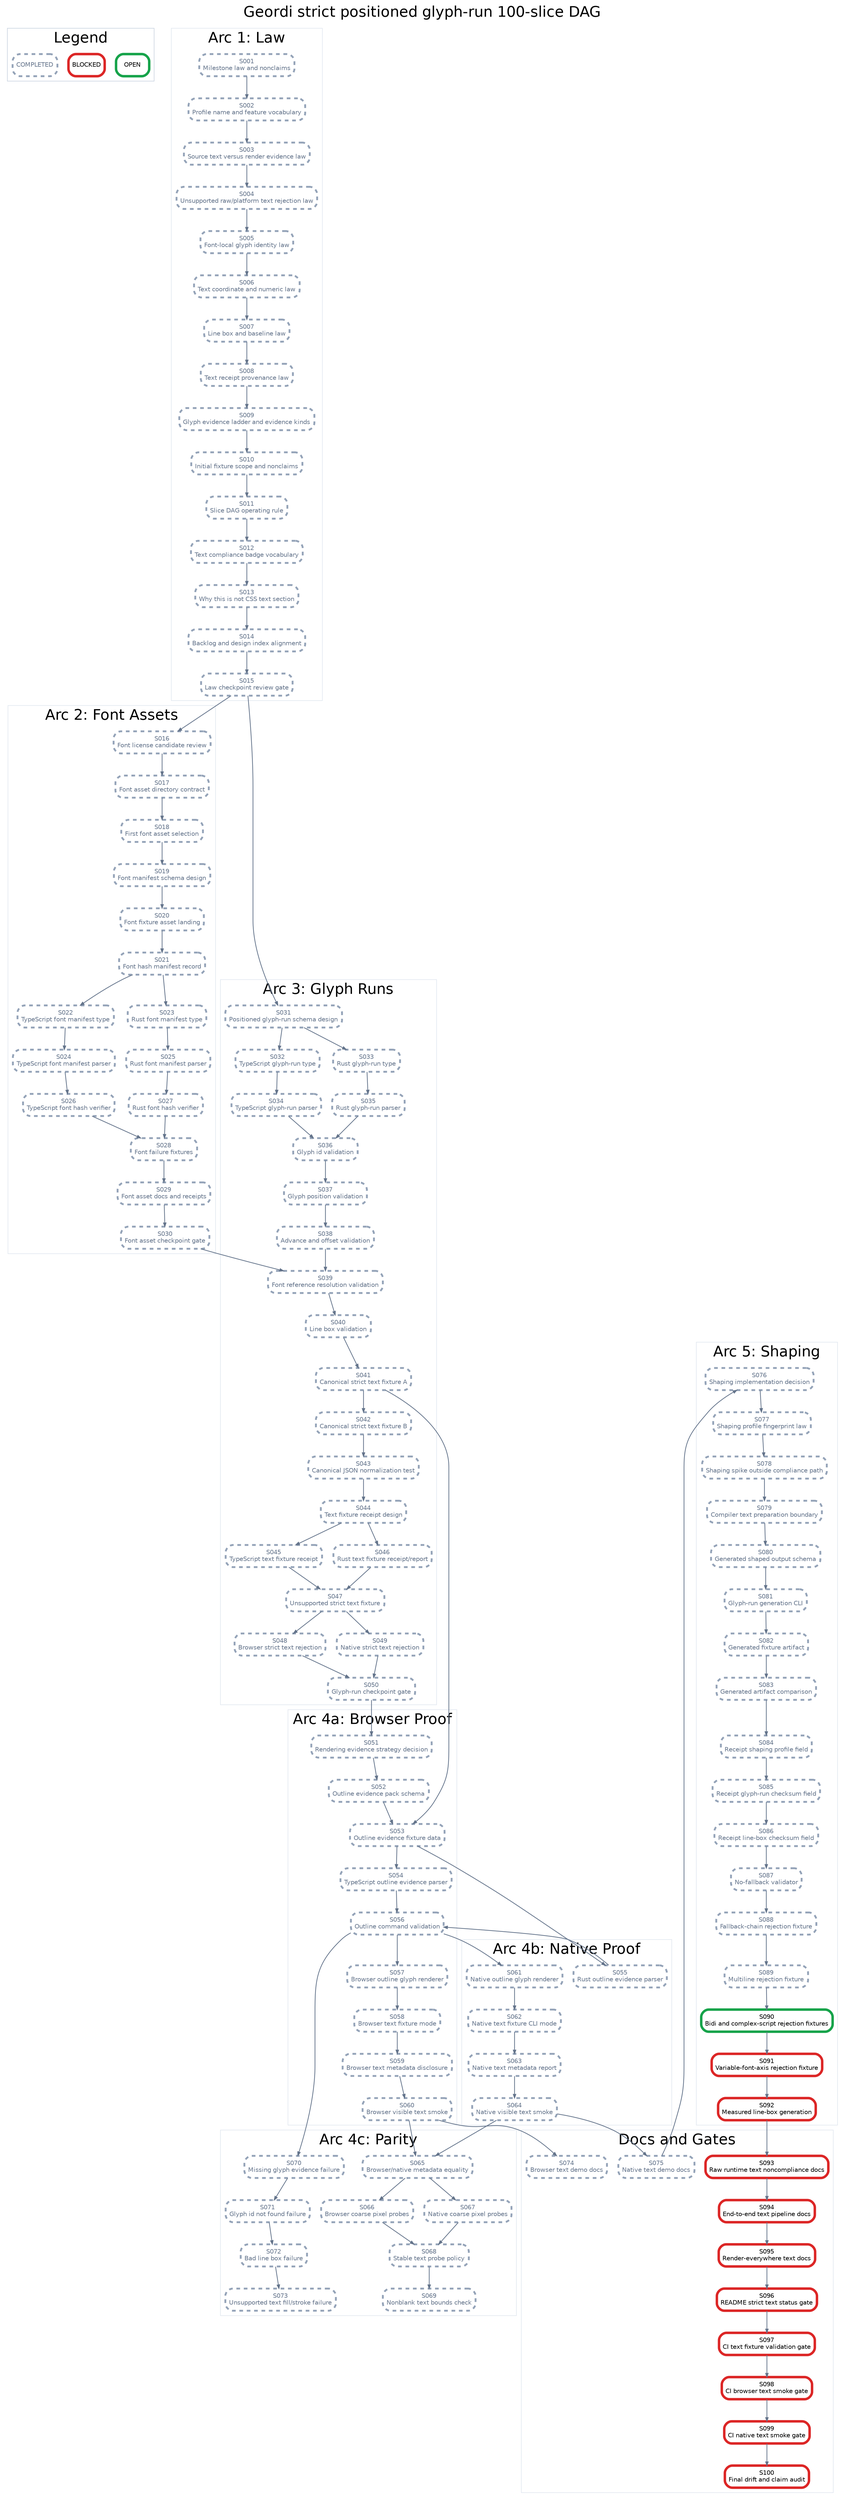
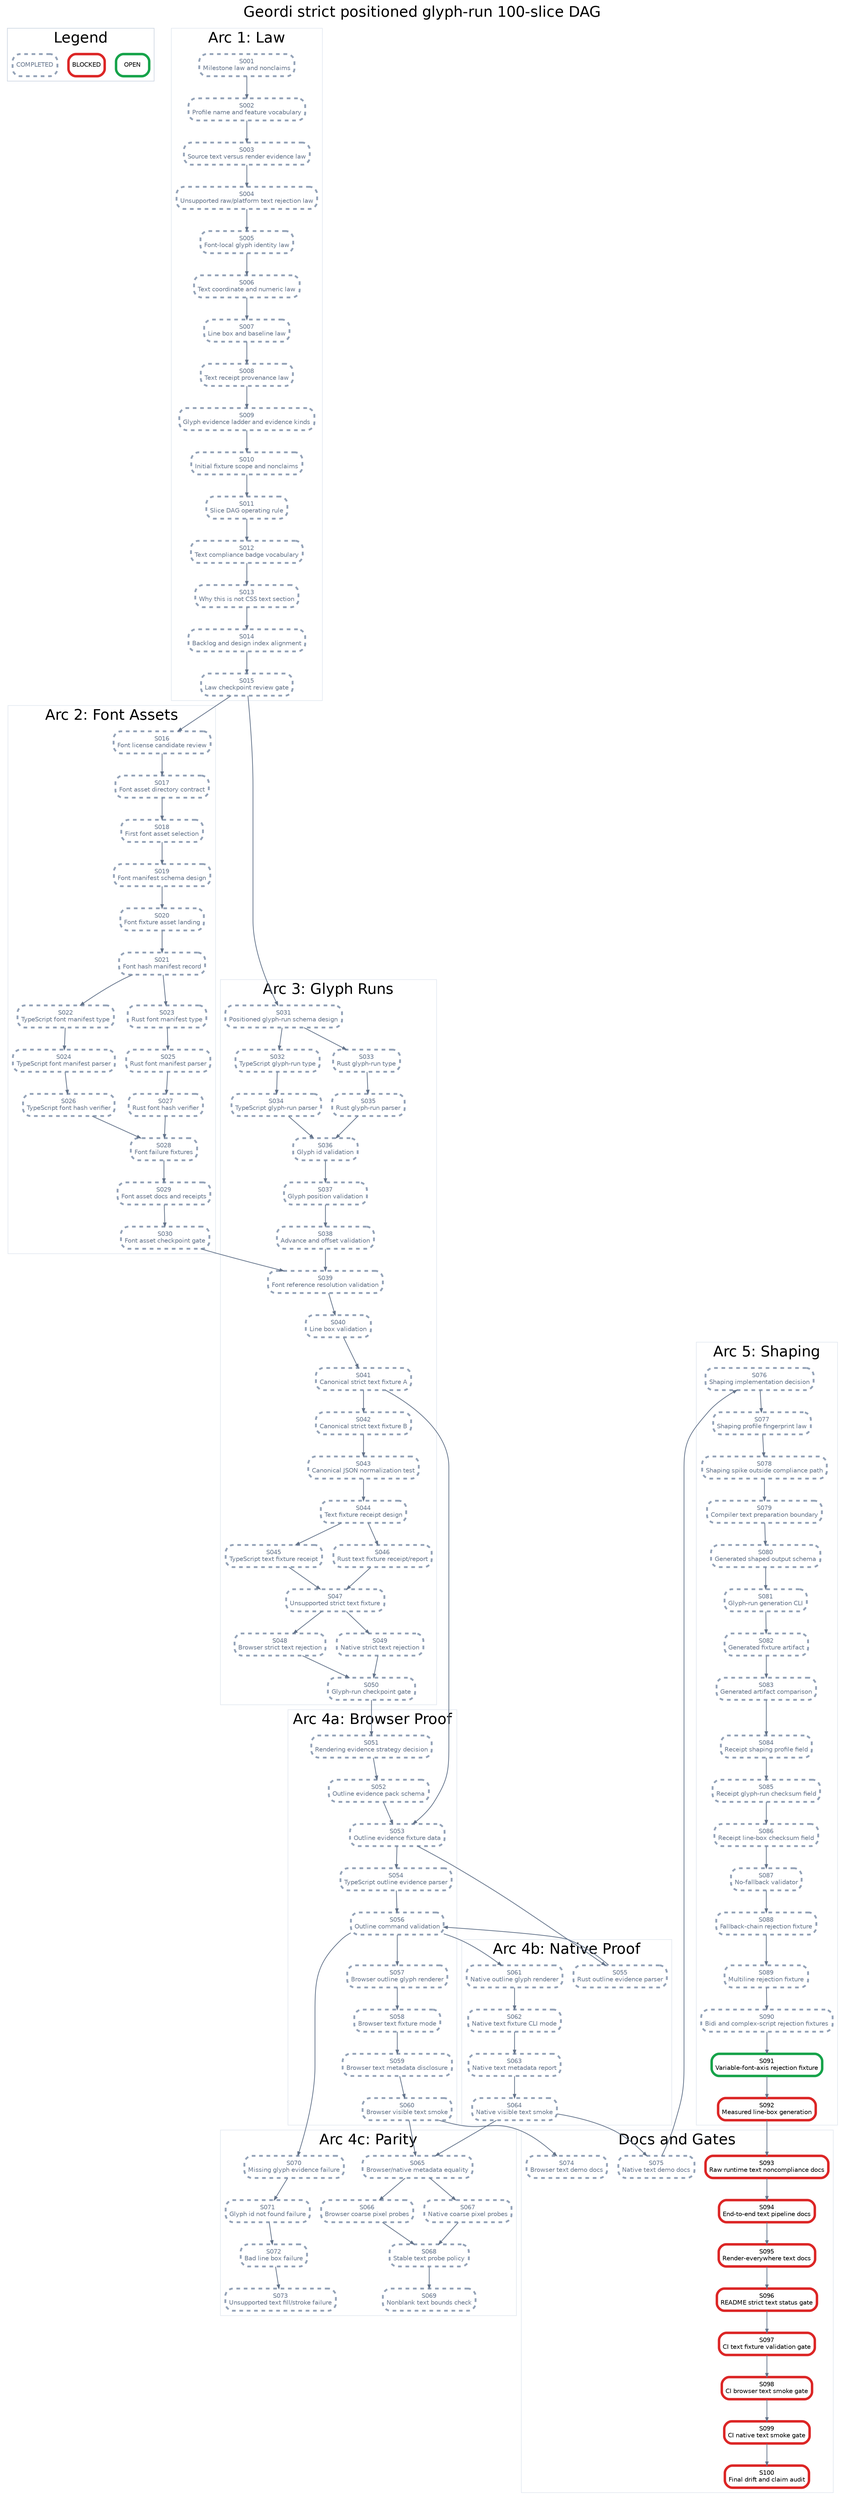
digraph StrictPositionedGlyphRunPlan {
  graph [rankdir=TB, bgcolor="white", fontname="Helvetica", label="Geordi strict positioned glyph-run 100-slice DAG", labelloc="t", fontsize=24];
  node [shape=box, style="rounded,filled", fillcolor="white", fontname="Helvetica", fontsize=10, margin="0.08,0.05"];
  edge [color="#64748b", arrowsize=0.6, penwidth=1.2];

  subgraph cluster_legend {
    label="Legend";
    color="#cbd5e1";
    legend_open [label="OPEN", color="#16a34a", penwidth=4];
    legend_blocked [label="BLOCKED", color="#dc2626", penwidth=4];
    legend_done [label="COMPLETED", color="#94a3b8", penwidth=3, style="rounded,filled,dashed", fontcolor="#64748b"];
  }

  subgraph cluster_law {
    label="Arc 1: Law";
    color="#e2e8f0";
    S001 [label="S001\nMilestone law and nonclaims", color="#94a3b8", penwidth=3, style="rounded,filled,dashed", fontcolor="#64748b"];
    S002 [label="S002\nProfile name and feature vocabulary", color="#94a3b8", penwidth=3, style="rounded,filled,dashed", fontcolor="#64748b"];
    S003 [label="S003\nSource text versus render evidence law", color="#94a3b8", penwidth=3, style="rounded,filled,dashed", fontcolor="#64748b"];
    S004 [label="S004\nUnsupported raw/platform text rejection law", color="#94a3b8", penwidth=3, style="rounded,filled,dashed", fontcolor="#64748b"];
    S005 [label="S005\nFont-local glyph identity law", color="#94a3b8", penwidth=3, style="rounded,filled,dashed", fontcolor="#64748b"];
    S006 [label="S006\nText coordinate and numeric law", color="#94a3b8", penwidth=3, style="rounded,filled,dashed", fontcolor="#64748b"];
    S007 [label="S007\nLine box and baseline law", color="#94a3b8", penwidth=3, style="rounded,filled,dashed", fontcolor="#64748b"];
    S008 [label="S008\nText receipt provenance law", color="#94a3b8", penwidth=3, style="rounded,filled,dashed", fontcolor="#64748b"];
    S009 [label="S009\nGlyph evidence ladder and evidence kinds", color="#94a3b8", penwidth=3, style="rounded,filled,dashed", fontcolor="#64748b"];
    S010 [label="S010\nInitial fixture scope and nonclaims", color="#94a3b8", penwidth=3, style="rounded,filled,dashed", fontcolor="#64748b"];
    S011 [label="S011\nSlice DAG operating rule", color="#94a3b8", penwidth=3, style="rounded,filled,dashed", fontcolor="#64748b"];
    S012 [label="S012\nText compliance badge vocabulary", color="#94a3b8", penwidth=3, style="rounded,filled,dashed", fontcolor="#64748b"];
    S013 [label="S013\nWhy this is not CSS text section", color="#94a3b8", penwidth=3, style="rounded,filled,dashed", fontcolor="#64748b"];
    S014 [label="S014\nBacklog and design index alignment", color="#94a3b8", penwidth=3, style="rounded,filled,dashed", fontcolor="#64748b"];
    S015 [label="S015\nLaw checkpoint review gate", color="#94a3b8", penwidth=3, style="rounded,filled,dashed", fontcolor="#64748b"];
  }

  subgraph cluster_assets {
    label="Arc 2: Font Assets";
    color="#e2e8f0";
    S016 [label="S016\nFont license candidate review", color="#94a3b8", penwidth=3, style="rounded,filled,dashed", fontcolor="#64748b"];
    S017 [label="S017\nFont asset directory contract", color="#94a3b8", penwidth=3, style="rounded,filled,dashed", fontcolor="#64748b"];
    S018 [label="S018\nFirst font asset selection", color="#94a3b8", penwidth=3, style="rounded,filled,dashed", fontcolor="#64748b"];
    S019 [label="S019\nFont manifest schema design", color="#94a3b8", penwidth=3, style="rounded,filled,dashed", fontcolor="#64748b"];
    S020 [label="S020\nFont fixture asset landing", color="#94a3b8", penwidth=3, style="rounded,filled,dashed", fontcolor="#64748b"];
    S021 [label="S021\nFont hash manifest record", color="#94a3b8", penwidth=3, style="rounded,filled,dashed", fontcolor="#64748b"];
    S022 [label="S022\nTypeScript font manifest type", color="#94a3b8", penwidth=3, style="rounded,filled,dashed", fontcolor="#64748b"];
    S023 [label="S023\nRust font manifest type", color="#94a3b8", penwidth=3, style="rounded,filled,dashed", fontcolor="#64748b"];
    S024 [label="S024\nTypeScript font manifest parser", color="#94a3b8", penwidth=3, style="rounded,filled,dashed", fontcolor="#64748b"];
    S025 [label="S025\nRust font manifest parser", color="#94a3b8", penwidth=3, style="rounded,filled,dashed", fontcolor="#64748b"];
    S026 [label="S026\nTypeScript font hash verifier", color="#94a3b8", penwidth=3, style="rounded,filled,dashed", fontcolor="#64748b"];
    S027 [label="S027\nRust font hash verifier", color="#94a3b8", penwidth=3, style="rounded,filled,dashed", fontcolor="#64748b"];
    S028 [label="S028\nFont failure fixtures", color="#94a3b8", penwidth=3, style="rounded,filled,dashed", fontcolor="#64748b"];
    S029 [label="S029\nFont asset docs and receipts", color="#94a3b8", penwidth=3, style="rounded,filled,dashed", fontcolor="#64748b"];
    S030 [label="S030\nFont asset checkpoint gate", color="#94a3b8", penwidth=3, style="rounded,filled,dashed", fontcolor="#64748b"];
  }

  subgraph cluster_glyph {
    label="Arc 3: Glyph Runs";
    color="#e2e8f0";
    S031 [label="S031\nPositioned glyph-run schema design", color="#94a3b8", penwidth=3, style="rounded,filled,dashed", fontcolor="#64748b"];
    S032 [label="S032\nTypeScript glyph-run type", color="#94a3b8", penwidth=3, style="rounded,filled,dashed", fontcolor="#64748b"];
    S033 [label="S033\nRust glyph-run type", color="#94a3b8", penwidth=3, style="rounded,filled,dashed", fontcolor="#64748b"];
    S034 [label="S034\nTypeScript glyph-run parser", color="#94a3b8", penwidth=3, style="rounded,filled,dashed", fontcolor="#64748b"];
    S035 [label="S035\nRust glyph-run parser", color="#94a3b8", penwidth=3, style="rounded,filled,dashed", fontcolor="#64748b"];
    S036 [label="S036\nGlyph id validation", color="#94a3b8", penwidth=3, style="rounded,filled,dashed", fontcolor="#64748b"];
    S037 [label="S037\nGlyph position validation", color="#94a3b8", penwidth=3, style="rounded,filled,dashed", fontcolor="#64748b"];
    S038 [label="S038\nAdvance and offset validation", color="#94a3b8", penwidth=3, style="rounded,filled,dashed", fontcolor="#64748b"];
    S039 [label="S039\nFont reference resolution validation", color="#94a3b8", penwidth=3, style="rounded,filled,dashed", fontcolor="#64748b"];
    S040 [label="S040\nLine box validation", color="#94a3b8", penwidth=3, style="rounded,filled,dashed", fontcolor="#64748b"];
    S041 [label="S041\nCanonical strict text fixture A", color="#94a3b8", penwidth=3, style="rounded,filled,dashed", fontcolor="#64748b"];
    S042 [label="S042\nCanonical strict text fixture B", color="#94a3b8", penwidth=3, style="rounded,filled,dashed", fontcolor="#64748b"];
    S043 [label="S043\nCanonical JSON normalization test", color="#94a3b8", penwidth=3, style="rounded,filled,dashed", fontcolor="#64748b"];
    S044 [label="S044\nText fixture receipt design", color="#94a3b8", penwidth=3, style="rounded,filled,dashed", fontcolor="#64748b"];
    S045 [label="S045\nTypeScript text fixture receipt", color="#94a3b8", penwidth=3, style="rounded,filled,dashed", fontcolor="#64748b"];
    S046 [label="S046\nRust text fixture receipt/report", color="#94a3b8", penwidth=3, style="rounded,filled,dashed", fontcolor="#64748b"];
    S047 [label="S047\nUnsupported strict text fixture", color="#94a3b8", penwidth=3, style="rounded,filled,dashed", fontcolor="#64748b"];
    S048 [label="S048\nBrowser strict text rejection", color="#94a3b8", penwidth=3, style="rounded,filled,dashed", fontcolor="#64748b"];
    S049 [label="S049\nNative strict text rejection", color="#94a3b8", penwidth=3, style="rounded,filled,dashed", fontcolor="#64748b"];
    S050 [label="S050\nGlyph-run checkpoint gate", color="#94a3b8", penwidth=3, style="rounded,filled,dashed", fontcolor="#64748b"];
  }

  subgraph cluster_browser {
    label="Arc 4a: Browser Proof";
    color="#e2e8f0";
    S051 [label="S051\nRendering evidence strategy decision", color="#94a3b8", penwidth=3, style="rounded,filled,dashed", fontcolor="#64748b"];
    S052 [label="S052\nOutline evidence pack schema", color="#94a3b8", penwidth=3, style="rounded,filled,dashed", fontcolor="#64748b"];
    S053 [label="S053\nOutline evidence fixture data", color="#94a3b8", penwidth=3, style="rounded,filled,dashed", fontcolor="#64748b"];
    S054 [label="S054\nTypeScript outline evidence parser", color="#94a3b8", penwidth=3, style="rounded,filled,dashed", fontcolor="#64748b"];
    S056 [label="S056\nOutline command validation", color="#94a3b8", penwidth=3, style="rounded,filled,dashed", fontcolor="#64748b"];
    S057 [label="S057\nBrowser outline glyph renderer", color="#94a3b8", penwidth=3, style="rounded,filled,dashed", fontcolor="#64748b"];
    S058 [label="S058\nBrowser text fixture mode", color="#94a3b8", penwidth=3, style="rounded,filled,dashed", fontcolor="#64748b"];
    S059 [label="S059\nBrowser text metadata disclosure", color="#94a3b8", penwidth=3, style="rounded,filled,dashed", fontcolor="#64748b"];
    S060 [label="S060\nBrowser visible text smoke", color="#94a3b8", penwidth=3, style="rounded,filled,dashed", fontcolor="#64748b"];
  }

  subgraph cluster_native {
    label="Arc 4b: Native Proof";
    color="#e2e8f0";
    S055 [label="S055\nRust outline evidence parser", color="#94a3b8", penwidth=3, style="rounded,filled,dashed", fontcolor="#64748b"];
    S061 [label="S061\nNative outline glyph renderer", color="#94a3b8", penwidth=3, style="rounded,filled,dashed", fontcolor="#64748b"];
    S062 [label="S062\nNative text fixture CLI mode", color="#94a3b8", penwidth=3, style="rounded,filled,dashed", fontcolor="#64748b"];
    S063 [label="S063\nNative text metadata report", color="#94a3b8", penwidth=3, style="rounded,filled,dashed", fontcolor="#64748b"];
    S064 [label="S064\nNative visible text smoke", color="#94a3b8", penwidth=3, style="rounded,filled,dashed", fontcolor="#64748b"];
  }

  subgraph cluster_parity {
    label="Arc 4c: Parity";
    color="#e2e8f0";
    S065 [label="S065\nBrowser/native metadata equality", color="#94a3b8", penwidth=3, style="rounded,filled,dashed", fontcolor="#64748b"];
    S066 [label="S066\nBrowser coarse pixel probes", color="#94a3b8", penwidth=3, style="rounded,filled,dashed", fontcolor="#64748b"];
    S067 [label="S067\nNative coarse pixel probes", color="#94a3b8", penwidth=3, style="rounded,filled,dashed", fontcolor="#64748b"];
    S068 [label="S068\nStable text probe policy", color="#94a3b8", penwidth=3, style="rounded,filled,dashed", fontcolor="#64748b"];
    S069 [label="S069\nNonblank text bounds check", color="#94a3b8", penwidth=3, style="rounded,filled,dashed", fontcolor="#64748b"];
    S070 [label="S070\nMissing glyph evidence failure", color="#94a3b8", penwidth=3, style="rounded,filled,dashed", fontcolor="#64748b"];
    S071 [label="S071\nGlyph id not found failure", color="#94a3b8", penwidth=3, style="rounded,filled,dashed", fontcolor="#64748b"];
    S072 [label="S072\nBad line box failure", color="#94a3b8", penwidth=3, style="rounded,filled,dashed", fontcolor="#64748b"];
    S073 [label="S073\nUnsupported text fill/stroke failure", color="#94a3b8", penwidth=3, style="rounded,filled,dashed", fontcolor="#64748b"];
  }

  subgraph cluster_shaping {
    label="Arc 5: Shaping";
    color="#e2e8f0";
    S076 [label="S076\nShaping implementation decision", color="#94a3b8", penwidth=3, style="rounded,filled,dashed", fontcolor="#64748b"];
    S077 [label="S077\nShaping profile fingerprint law", color="#94a3b8", penwidth=3, style="rounded,filled,dashed", fontcolor="#64748b"];
    S078 [label="S078\nShaping spike outside compliance path", color="#94a3b8", penwidth=3, style="rounded,filled,dashed", fontcolor="#64748b"];
    S079 [label="S079\nCompiler text preparation boundary", color="#94a3b8", penwidth=3, style="rounded,filled,dashed", fontcolor="#64748b"];
    S080 [label="S080\nGenerated shaped output schema", color="#94a3b8", penwidth=3, style="rounded,filled,dashed", fontcolor="#64748b"];
    S081 [label="S081\nGlyph-run generation CLI", color="#94a3b8", penwidth=3, style="rounded,filled,dashed", fontcolor="#64748b"];
    S082 [label="S082\nGenerated fixture artifact", color="#94a3b8", penwidth=3, style="rounded,filled,dashed", fontcolor="#64748b"];
    S083 [label="S083\nGenerated artifact comparison", color="#94a3b8", penwidth=3, style="rounded,filled,dashed", fontcolor="#64748b"];
    S084 [label="S084\nReceipt shaping profile field", color="#94a3b8", penwidth=3, style="rounded,filled,dashed", fontcolor="#64748b"];
    S085 [label="S085\nReceipt glyph-run checksum field", color="#94a3b8", penwidth=3, style="rounded,filled,dashed", fontcolor="#64748b"];
    S086 [label="S086\nReceipt line-box checksum field", color="#94a3b8", penwidth=3, style="rounded,filled,dashed", fontcolor="#64748b"];
    S087 [label="S087\nNo-fallback validator", color="#94a3b8", penwidth=3, style="rounded,filled,dashed", fontcolor="#64748b"];
    S088 [label="S088\nFallback-chain rejection fixture", color="#94a3b8", penwidth=3, style="rounded,filled,dashed", fontcolor="#64748b"];
    S089 [label="S089\nMultiline rejection fixture", color="#94a3b8", penwidth=3, style="rounded,filled,dashed", fontcolor="#64748b"];
-     S090 [label="S090\nBidi and complex-script rejection fixtures", color="#16a34a", penwidth=4];
-     S091 [label="S091\nVariable-font-axis rejection fixture", color="#dc2626", penwidth=4];
+     S090 [label="S090\nBidi and complex-script rejection fixtures", color="#94a3b8", penwidth=3, style="rounded,filled,dashed", fontcolor="#64748b"];
+     S091 [label="S091\nVariable-font-axis rejection fixture", color="#16a34a", penwidth=4];
    S092 [label="S092\nMeasured line-box generation", color="#dc2626", penwidth=4];
  }

  subgraph cluster_docs {
    label="Docs and Gates";
    color="#e2e8f0";
    S074 [label="S074\nBrowser text demo docs", color="#94a3b8", penwidth=3, style="rounded,filled,dashed", fontcolor="#64748b"];
    S075 [label="S075\nNative text demo docs", color="#94a3b8", penwidth=3, style="rounded,filled,dashed", fontcolor="#64748b"];
    S093 [label="S093\nRaw runtime text noncompliance docs", color="#dc2626", penwidth=4];
    S094 [label="S094\nEnd-to-end text pipeline docs", color="#dc2626", penwidth=4];
    S095 [label="S095\nRender-everywhere text docs", color="#dc2626", penwidth=4];
    S096 [label="S096\nREADME strict text status gate", color="#dc2626", penwidth=4];
    S097 [label="S097\nCI text fixture validation gate", color="#dc2626", penwidth=4];
    S098 [label="S098\nCI browser text smoke gate", color="#dc2626", penwidth=4];
    S099 [label="S099\nCI native text smoke gate", color="#dc2626", penwidth=4];
    S100 [label="S100\nFinal drift and claim audit", color="#dc2626", penwidth=4];
  }

  S001 -> S002;
  S002 -> S003;
  S003 -> S004;
  S004 -> S005;
  S005 -> S006;
  S006 -> S007;
  S007 -> S008;
  S008 -> S009;
  S009 -> S010;
  S010 -> S011;
  S011 -> S012;
  S012 -> S013;
  S013 -> S014;
  S014 -> S015;
  S015 -> S016;
  S016 -> S017;
  S017 -> S018;
  S018 -> S019;
  S019 -> S020;
  S020 -> S021;
  S021 -> S022;
  S021 -> S023;
  S022 -> S024;
  S023 -> S025;
  S024 -> S026;
  S025 -> S027;
  S026 -> S028;
  S027 -> S028;
  S028 -> S029;
  S029 -> S030;
  S015 -> S031;
  S031 -> S032;
  S031 -> S033;
  S032 -> S034;
  S033 -> S035;
  S034 -> S036;
  S035 -> S036;
  S036 -> S037;
  S037 -> S038;
  S038 -> S039;
  S039 -> S040;
  S030 -> S039;
  S040 -> S041;
  S041 -> S042;
  S042 -> S043;
  S043 -> S044;
  S044 -> S045;
  S044 -> S046;
  S045 -> S047;
  S046 -> S047;
  S047 -> S048;
  S047 -> S049;
  S048 -> S050;
  S049 -> S050;
  S050 -> S051;
  S051 -> S052;
  S052 -> S053;
  S041 -> S053;
  S053 -> S054;
  S053 -> S055;
  S054 -> S056;
  S055 -> S056;
  S056 -> S057;
  S057 -> S058;
  S058 -> S059;
  S059 -> S060;
  S056 -> S061;
  S061 -> S062;
  S062 -> S063;
  S063 -> S064;
  S060 -> S065;
  S064 -> S065;
  S065 -> S066;
  S065 -> S067;
  S066 -> S068;
  S067 -> S068;
  S068 -> S069;
  S056 -> S070;
  S070 -> S071;
  S071 -> S072;
  S072 -> S073;
  S060 -> S074;
  S064 -> S075;
  S075 -> S076;
  S076 -> S077;
  S077 -> S078;
  S078 -> S079;
  S079 -> S080;
  S080 -> S081;
  S081 -> S082;
  S082 -> S083;
  S083 -> S084;
  S084 -> S085;
  S085 -> S086;
  S086 -> S087;
  S087 -> S088;
  S088 -> S089;
  S089 -> S090;
  S090 -> S091;
  S091 -> S092;
  S092 -> S093;
  S093 -> S094;
  S094 -> S095;
  S095 -> S096;
  S096 -> S097;
  S097 -> S098;
  S098 -> S099;
  S099 -> S100;
}
